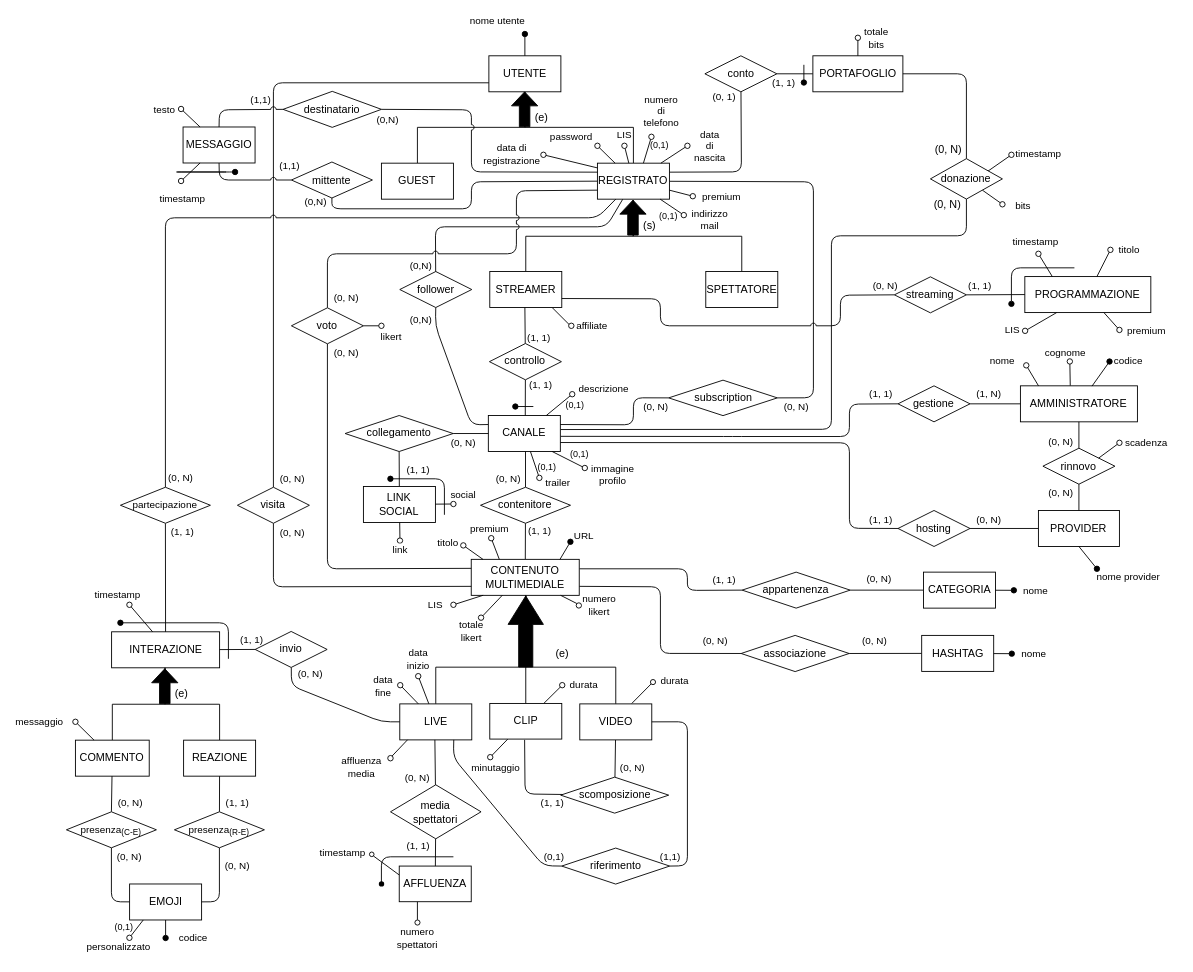
Mattron2000/Basi_di_dati keeps this draw.io diagram as Progetto Esame - DBSperimentazioni A.A. 2023-2024/Diagrammi/1.5 Schema E-R.drawio. Above is the earlier version. Source tidied: cells renumbered, new cells numbered last; positions are measured from the earlier drawing's top-left corner, leaving out a move shared by most shapes. Both pictures are drawn from the tidied source at 90%, with x=0, y=0 at pixel (66, 33).
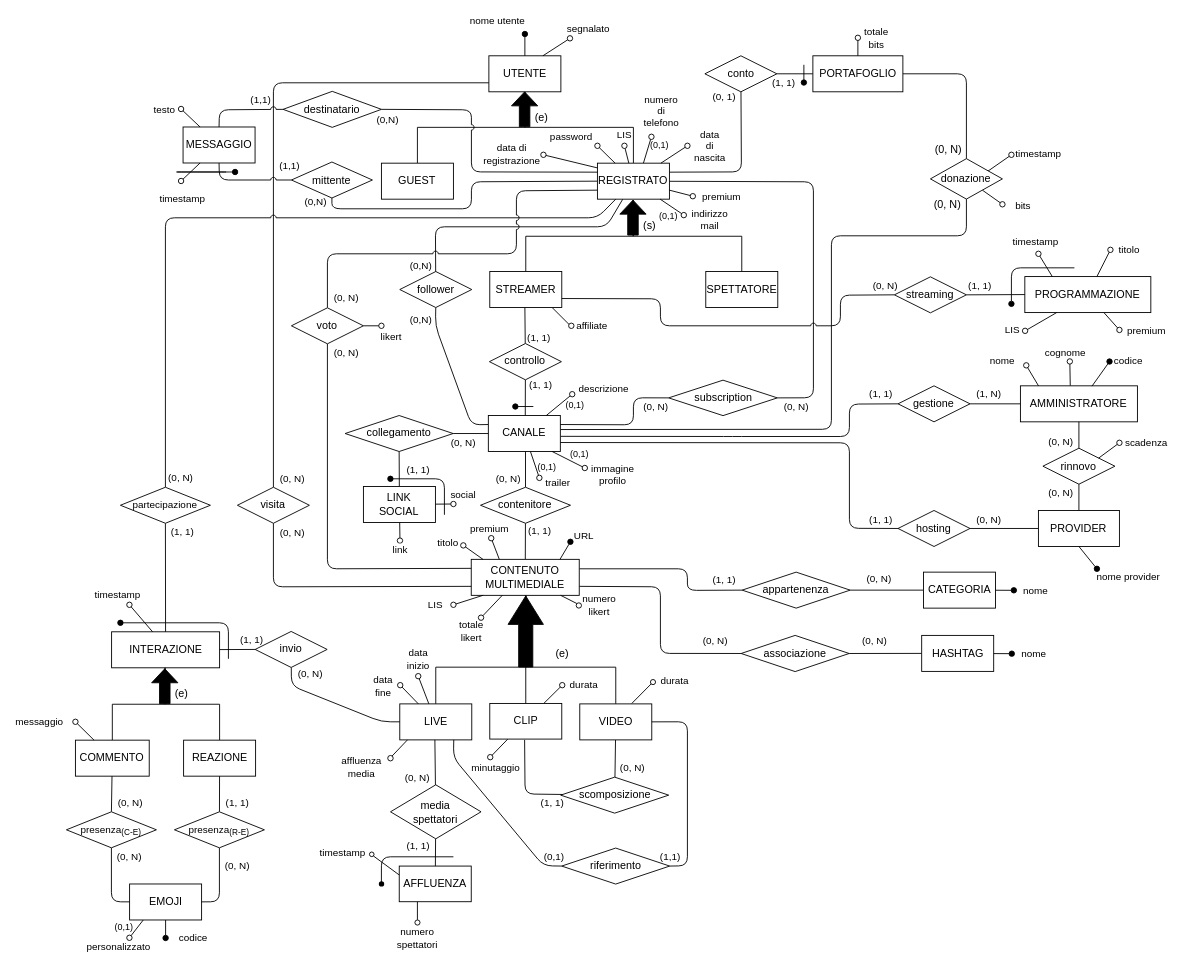
The same diagram, later.

The change refers to these unchanged cells:
```xml
<mxCell id="5" value="UTENTE" style="whiteSpace=wrap;html=1;" parent="1" vertex="1">
  <mxGeometry x="469.7" y="24.5" width="80" height="40" as="geometry" />
</mxCell>
```

The edit, as a diff of the source:
```diff
@@
+    <mxCell id="269" style="endArrow=oval;html=1;fillStyle=auto;strokeWidth=1;startSize=6;endSize=6;fillColor=#000000;startArrow=none;startFill=0;endFill=0;exitX=0.75;exitY=0;exitDx=0;exitDy=0;" parent="1" edge="1" source="5">
+      <mxGeometry relative="1" as="geometry">
+        <mxPoint x="559.8" y="5.1" as="targetPoint" />
+      </mxGeometry>
+    </mxCell>
+    <mxCell id="270" value="&lt;font style=&quot;font-size: 11px;&quot;&gt;segnalato&lt;/font&gt;" style="text;html=1;align=center;verticalAlign=middle;strokeColor=none;fillColor=none;" parent="1" vertex="1">
+      <mxGeometry x="545" y="-20" width="70" height="30" as="geometry" />
+    </mxCell>
```
